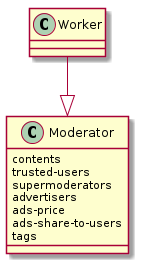
The PlantUML diagram img/moderator-class.png in wetube/bitcloud, before a commit.
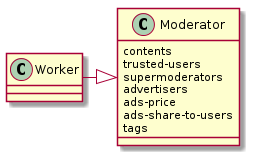
Later version of the same file.

What changed in the source:
```diff
@@ -8,5 +8,5 @@
      ads-share-to-users
      tags
 }
-Worker --|> Moderator
+Worker -right-|> Moderator
 @enduml
```
